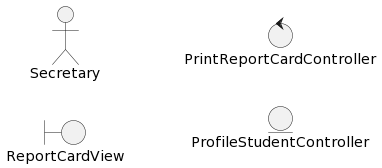
The PlantUML diagram out/DesignView/AnalysisView/UseCaseAnalysis/CU29.PrintReportCardByStudent/Classes.CU29.Analysis.png in wsmcbl/wsmcbl.doc, before a commit. The source it was exported from:
```plantuml
@startuml
left to right direction

actor Secretary

boundary ReportCardView

control PrintReportCardController

entity ProfileStudentController





@enduml
```
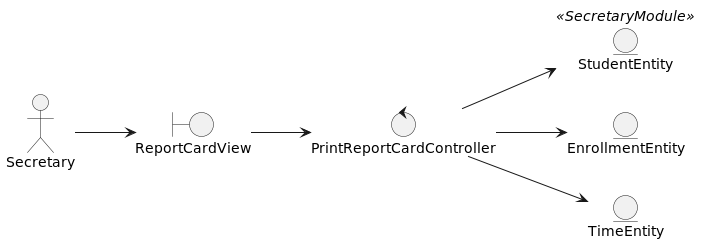
The same file after the commit.

Commit message:
Feat: Update CU29 analysis usecase   Refs: #11

The edit, as a diff of the source:
```diff
@@ -7,10 +7,17 @@
 
 control PrintReportCardController
 
-entity ProfileStudentController
+entity StudentEntity<<SecretaryModule>>
+entity EnrollmentEntity
+entity TimeEntity
+
+Secretary --> ReportCardView
 
 
+ReportCardView --> PrintReportCardController
 
-
+PrintReportCardController --> StudentEntity
+PrintReportCardController --> EnrollmentEntity
+PrintReportCardController --> TimeEntity
 
 @enduml
```
